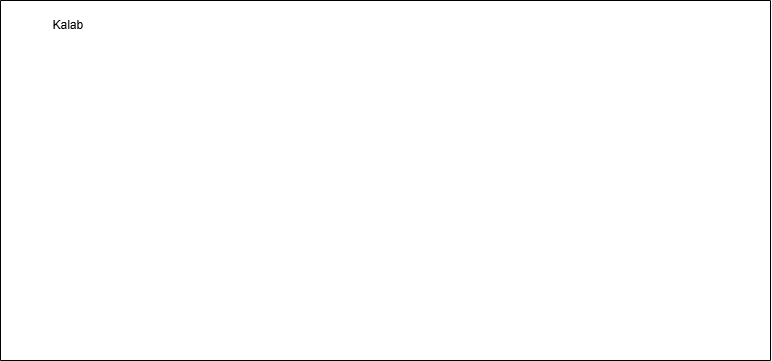
Earlier version of the draw.io export 03-SEQ-HAPUS-BARANG.png (taufikchy/KP). Source tidied: cells renumbered, new cells last; positions are measured from the earlier drawing's top-left corner, leaving out a move shared by most shapes. Its diagram source:
```xml
<mxGraphModel>
  <root>
    <mxCell id="0" />
    <mxCell id="1" parent="0" />
    <mxCell id="2" style="swimlane;whiteSpace=wrap;html=1;startSize=0;" parent="1" vertex="1">
      <mxGeometry width="770" height="360" as="geometry" />
    </mxCell>
    <mxCell id="3" value="&lt;span style=&quot;color: rgb(0, 0, 0); font-family: Helvetica; font-style: normal; font-variant-ligatures: normal; font-variant-caps: normal; font-weight: 400; letter-spacing: normal; orphans: 2; text-align: center; text-indent: 0px; text-transform: none; widows: 2; word-spacing: 0px; -webkit-text-stroke-width: 0px; white-space: nowrap; text-decoration-thickness: initial; text-decoration-style: initial; text-decoration-color: initial; float: none; display: inline !important;&quot;&gt;&lt;font style=&quot;&quot;&gt;Kalab&lt;/font&gt;&lt;/span&gt;" style="text;whiteSpace=wrap;html=1;" parent="2" vertex="1">
      <mxGeometry x="50" y="10" width="40" height="20" as="geometry" />
    </mxCell>
  </root>
</mxGraphModel>
```
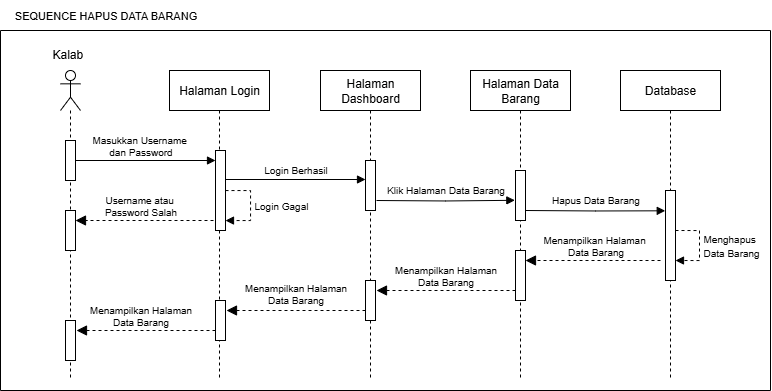
Later version of the same file.

The edit, as a diff of the source:
```diff
@@ -2,11 +2,161 @@
   <root>
     <mxCell id="0" />
     <mxCell id="1" parent="0" />
-    <mxCell id="2" style="swimlane;whiteSpace=wrap;html=1;startSize=0;" parent="1" vertex="1">
-      <mxGeometry width="770" height="360" as="geometry" />
+    <mxCell id="2" style="group;" parent="1" vertex="1">
+      <mxGeometry width="770" height="390" as="geometry" />
     </mxCell>
-    <mxCell id="3" value="&lt;span style=&quot;color: rgb(0, 0, 0); font-family: Helvetica; font-style: normal; font-variant-ligatures: normal; font-variant-caps: normal; font-weight: 400; letter-spacing: normal; orphans: 2; text-align: center; text-indent: 0px; text-transform: none; widows: 2; word-spacing: 0px; -webkit-text-stroke-width: 0px; white-space: nowrap; text-decoration-thickness: initial; text-decoration-style: initial; text-decoration-color: initial; float: none; display: inline !important;&quot;&gt;&lt;font style=&quot;&quot;&gt;Kalab&lt;/font&gt;&lt;/span&gt;" style="text;whiteSpace=wrap;html=1;" parent="2" vertex="1">
-      <mxGeometry x="50" y="10" width="40" height="20" as="geometry" />
+    <mxCell id="3" value="SEQUENCE HAPUS DATA BARANG" style="text;html=1;align=center;verticalAlign=middle;strokeColor=none;fillColor=none;fontFamily=Helvetica;fontSize=11;fontColor=default;labelBackgroundColor=default;" parent="2" vertex="1">
+      <mxGeometry width="210" height="30" as="geometry" />
     </mxCell>
+    <mxCell id="4" style="group;" parent="2" vertex="1">
+      <mxGeometry y="30" width="770" height="360" as="geometry" />
+    </mxCell>
+    <mxCell id="5" value="Halaman Login" style="shape=umlLifeline;perimeter=lifelinePerimeter;whiteSpace=wrap;html=1;newEdgeStyle={&quot;curved&quot;:0,&quot;rounded&quot;:0};" parent="4" vertex="1">
+      <mxGeometry x="169" y="40" width="100" height="310" as="geometry" />
+    </mxCell>
+    <mxCell id="6" style="shape=umlLifeline;perimeter=lifelinePerimeter;whiteSpace=wrap;html=1;newEdgeStyle={&quot;curved&quot;:0,&quot;rounded&quot;:0};participant=umlActor;" parent="4" vertex="1">
+      <mxGeometry x="60" y="40" width="20" height="310" as="geometry" />
+    </mxCell>
+    <mxCell id="7" value="Halaman Dashboard" style="shape=umlLifeline;perimeter=lifelinePerimeter;whiteSpace=wrap;html=1;newEdgeStyle={&quot;curved&quot;:0,&quot;rounded&quot;:0};" parent="4" vertex="1">
+      <mxGeometry x="320" y="40" width="100" height="310" as="geometry" />
+    </mxCell>
+    <mxCell id="8" style="html=1;verticalAlign=bottom;endArrow=block;curved=0;rounded=0;align=left;" parent="4" edge="1" source="26" target="41">
+      <mxGeometry x="0.21" y="20" relative="1" as="geometry" />
+    </mxCell>
+    <mxCell id="9" style="swimlane;whiteSpace=wrap;html=1;startSize=0;" parent="4" vertex="1">
+      <mxGeometry width="770" height="360" as="geometry" />
+    </mxCell>
+    <mxCell id="10" value="&lt;span style=&quot;color: rgb(0, 0, 0); font-family: Helvetica; font-style: normal; font-variant-ligatures: normal; font-variant-caps: normal; font-weight: 400; letter-spacing: normal; orphans: 2; text-align: center; text-indent: 0px; text-transform: none; widows: 2; word-spacing: 0px; -webkit-text-stroke-width: 0px; white-space: nowrap; text-decoration-thickness: initial; text-decoration-style: initial; text-decoration-color: initial; float: none; display: inline !important;&quot;&gt;&lt;font style=&quot;&quot;&gt;Kalab&lt;/font&gt;&lt;/span&gt;" style="text;whiteSpace=wrap;html=1;" parent="9" vertex="1">
+      <mxGeometry x="50" y="10" width="40" height="20" as="geometry" />
+    </mxCell>
+    <mxCell id="11" value="&lt;font style=&quot;font-size: 10px;&quot;&gt;Login Gagal&lt;/font&gt;" style="html=1;align=left;spacingLeft=2;endArrow=block;rounded=0;edgeStyle=orthogonalEdgeStyle;curved=0;rounded=0;dashed=1;" parent="4" edge="1" source="41" target="41">
+      <mxGeometry relative="1" as="geometry">
+        <Array as="points">
+          <mxPoint x="250" y="160" />
+          <mxPoint x="250" y="190" />
+        </Array>
+      </mxGeometry>
+    </mxCell>
+    <mxCell id="12" style="edgeStyle=orthogonalEdgeStyle;shape=connector;curved=0;rounded=0;orthogonalLoop=1;jettySize=auto;html=1;exitX=1;exitY=0;exitDx=0;exitDy=5;exitPerimeter=0;entryX=0;entryY=0;entryDx=0;entryDy=5;entryPerimeter=0;strokeColor=default;align=center;verticalAlign=middle;fontFamily=Helvetica;fontSize=11;fontColor=default;labelBackgroundColor=default;endArrow=block;endFill=1;" parent="4" edge="1">
+      <mxGeometry relative="1" as="geometry">
+        <mxPoint x="225" y="139" as="sourcePoint" />
+        <mxPoint x="365" y="149" as="targetPoint" />
+        <Array as="points">
+          <mxPoint x="225" y="149" />
+        </Array>
+      </mxGeometry>
+    </mxCell>
+    <mxCell id="13" style="html=1;perimeter=orthogonalPerimeter;targetShapes=umlLifeline;newEdgeStyle={&quot;curved&quot;:0,&quot;rounded&quot;:0};" parent="4" vertex="1">
+      <mxGeometry x="365" y="130" width="10" height="50" as="geometry" />
+    </mxCell>
+    <mxCell id="14" style="html=1;verticalAlign=bottom;endArrow=block;dashed=1;endSize=8;curved=0;rounded=0;endFill=1;" parent="4" edge="1" target="25">
+      <mxGeometry relative="1" as="geometry">
+        <mxPoint x="219" y="190" as="sourcePoint" />
+      </mxGeometry>
+    </mxCell>
+    <mxCell id="15" value="Halaman Data Barang" style="shape=umlLifeline;perimeter=lifelinePerimeter;whiteSpace=wrap;html=1;newEdgeStyle={&quot;curved&quot;:0,&quot;rounded&quot;:0};" parent="4" vertex="1">
+      <mxGeometry x="470" y="40" width="100" height="310" as="geometry" />
+    </mxCell>
+    <mxCell id="16" style="edgeStyle=orthogonalEdgeStyle;shape=connector;curved=0;rounded=0;orthogonalLoop=1;jettySize=auto;html=1;exitX=1;exitY=1;exitDx=0;exitDy=-5;exitPerimeter=0;entryX=-0.067;entryY=0.596;entryDx=0;entryDy=0;entryPerimeter=0;strokeColor=default;align=center;verticalAlign=middle;fontFamily=Helvetica;fontSize=11;fontColor=default;labelBackgroundColor=default;endArrow=block;endFill=1;" parent="4" edge="1">
+      <mxGeometry relative="1" as="geometry">
+        <mxPoint x="376" y="170" as="sourcePoint" />
+        <mxPoint x="514.3" y="169.8" as="targetPoint" />
+      </mxGeometry>
+    </mxCell>
+    <mxCell id="17" style="edgeStyle=orthogonalEdgeStyle;shape=connector;curved=0;rounded=0;orthogonalLoop=1;jettySize=auto;html=1;exitX=1;exitY=1;exitDx=0;exitDy=-5;exitPerimeter=0;entryX=-0.026;entryY=0.706;entryDx=0;entryDy=0;entryPerimeter=0;strokeColor=default;align=center;verticalAlign=middle;fontFamily=Helvetica;fontSize=11;fontColor=default;labelBackgroundColor=default;endArrow=block;endFill=1;" parent="4" edge="1">
+      <mxGeometry relative="1" as="geometry">
+        <mxPoint x="525" y="180" as="sourcePoint" />
+        <mxPoint x="664.7" y="180.3" as="targetPoint" />
+      </mxGeometry>
+    </mxCell>
+    <mxCell id="18" style="html=1;verticalAlign=bottom;endArrow=block;dashed=1;endSize=8;curved=0;rounded=0;endFill=1;" parent="4" edge="1" target="28">
+      <mxGeometry relative="1" as="geometry">
+        <mxPoint x="660" y="230" as="sourcePoint" />
+      </mxGeometry>
+    </mxCell>
+    <mxCell id="19" style="html=1;verticalAlign=bottom;endArrow=block;dashed=1;endSize=8;curved=0;rounded=0;endFill=1;" parent="4" edge="1" source="28">
+      <mxGeometry relative="1" as="geometry">
+        <mxPoint x="376" y="260" as="targetPoint" />
+      </mxGeometry>
+    </mxCell>
+    <mxCell id="20" style="html=1;perimeter=orthogonalPerimeter;targetShapes=umlLifeline;newEdgeStyle={&quot;curved&quot;:0,&quot;rounded&quot;:0};" parent="4" vertex="1">
+      <mxGeometry x="365" y="250" width="10" height="40" as="geometry" />
+    </mxCell>
+    <mxCell id="21" style="html=1;perimeter=orthogonalPerimeter;targetShapes=umlLifeline;newEdgeStyle={&quot;curved&quot;:0,&quot;rounded&quot;:0};" parent="4" vertex="1">
+      <mxGeometry x="215" y="270" width="10" height="40" as="geometry" />
+    </mxCell>
+    <mxCell id="22" style="html=1;verticalAlign=bottom;endArrow=block;dashed=1;endSize=8;curved=0;rounded=0;endFill=1;" parent="4" edge="1">
+      <mxGeometry relative="1" as="geometry">
+        <mxPoint x="365" y="280" as="sourcePoint" />
+        <mxPoint x="226" y="280" as="targetPoint" />
+      </mxGeometry>
+    </mxCell>
+    <mxCell id="23" style="html=1;perimeter=orthogonalPerimeter;targetShapes=umlLifeline;newEdgeStyle={&quot;curved&quot;:0,&quot;rounded&quot;:0};" parent="4" vertex="1">
+      <mxGeometry x="65" y="290" width="10" height="40" as="geometry" />
+    </mxCell>
+    <mxCell id="24" style="html=1;verticalAlign=bottom;endArrow=block;dashed=1;endSize=8;curved=0;rounded=0;endFill=1;" parent="4" edge="1">
+      <mxGeometry relative="1" as="geometry">
+        <mxPoint x="215" y="300" as="sourcePoint" />
+        <mxPoint x="76" y="300" as="targetPoint" />
+      </mxGeometry>
+    </mxCell>
+    <mxCell id="25" style="html=1;points=[[0,0,0,0,5],[0,1,0,0,-5],[1,0,0,0,5],[1,1,0,0,-5]];perimeter=orthogonalPerimeter;outlineConnect=0;targetShapes=umlLifeline;portConstraint=eastwest;newEdgeStyle={&quot;curved&quot;:0,&quot;rounded&quot;:0};" parent="4" vertex="1">
+      <mxGeometry x="65" y="180" width="10" height="40" as="geometry" />
+    </mxCell>
+    <mxCell id="26" style="html=1;points=[[0,0,0,0,5],[0,1,0,0,-5],[1,0,0,0,5],[1,1,0,0,-5]];perimeter=orthogonalPerimeter;outlineConnect=0;targetShapes=umlLifeline;portConstraint=eastwest;newEdgeStyle={&quot;curved&quot;:0,&quot;rounded&quot;:0};" parent="4" vertex="1">
+      <mxGeometry x="65" y="110" width="10" height="40" as="geometry" />
+    </mxCell>
+    <mxCell id="27" style="html=1;perimeter=orthogonalPerimeter;targetShapes=umlLifeline;newEdgeStyle={&quot;curved&quot;:0,&quot;rounded&quot;:0};" parent="4" vertex="1">
+      <mxGeometry x="515" y="140" width="10" height="50" as="geometry" />
+    </mxCell>
+    <mxCell id="28" style="html=1;points=[[0,0,0,0,5],[0,1,0,0,-5],[1,0,0,0,5],[1,1,0,0,-5]];perimeter=orthogonalPerimeter;outlineConnect=0;targetShapes=umlLifeline;portConstraint=eastwest;newEdgeStyle={&quot;curved&quot;:0,&quot;rounded&quot;:0};" parent="4" vertex="1">
+      <mxGeometry x="515" y="220" width="10" height="50" as="geometry" />
+    </mxCell>
+    <mxCell id="29" value="&lt;span&gt;Masukkan Username&amp;nbsp;&lt;/span&gt;&lt;div&gt;&lt;span&gt;dan Password&lt;/span&gt;&lt;/div&gt;" style="text;html=1;align=center;verticalAlign=middle;strokeColor=none;fillColor=none;fontFamily=Helvetica;fontSize=10;fontColor=default;labelBackgroundColor=none;" parent="4" vertex="1">
+      <mxGeometry x="80" y="95" width="120" height="40" as="geometry" />
+    </mxCell>
+    <mxCell id="30" value="Login Berhasil" style="text;html=1;align=center;verticalAlign=middle;strokeColor=none;fillColor=none;fontFamily=Helvetica;fontSize=10;fontColor=default;labelBackgroundColor=none;" parent="4" vertex="1">
+      <mxGeometry x="250" y="124" width="90" height="30" as="geometry" />
+    </mxCell>
+    <mxCell id="31" value="Username atau&amp;nbsp;&lt;div&gt;Password&amp;nbsp;&lt;span style=&quot;background-color: transparent; color: light-dark(rgb(0, 0, 0), rgb(255, 255, 255));&quot;&gt;Salah&lt;/span&gt;&lt;/div&gt;" style="text;html=1;align=center;verticalAlign=middle;strokeColor=none;fillColor=none;fontFamily=Helvetica;fontSize=10;fontColor=default;labelBackgroundColor=none;" parent="4" vertex="1">
+      <mxGeometry x="90" y="155" width="100" height="40" as="geometry" />
+    </mxCell>
+    <mxCell id="32" value="Klik Halaman Data Barang" style="text;html=1;align=center;verticalAlign=middle;strokeColor=none;fillColor=none;fontFamily=Helvetica;fontSize=10;fontColor=default;labelBackgroundColor=none;" parent="4" vertex="1">
+      <mxGeometry x="375" y="144" width="140" height="30" as="geometry" />
+    </mxCell>
+    <mxCell id="33" value="Hapus Data Barang" style="text;html=1;align=center;verticalAlign=middle;strokeColor=none;fillColor=none;fontFamily=Helvetica;fontSize=10;fontColor=default;labelBackgroundColor=none;" parent="4" vertex="1">
+      <mxGeometry x="540" y="154" width="110" height="30" as="geometry" />
+    </mxCell>
+    <mxCell id="34" value="Menampilkan Halaman&amp;nbsp;&lt;div&gt;Data Barang&lt;/div&gt;" style="text;html=1;align=center;verticalAlign=middle;strokeColor=none;fillColor=none;fontFamily=Helvetica;fontSize=10;fontColor=default;labelBackgroundColor=none;" parent="4" vertex="1">
+      <mxGeometry x="530" y="195" width="130" height="40" as="geometry" />
+    </mxCell>
+    <mxCell id="35" value="Menampilkan Halaman&lt;div&gt;Data Barang&lt;/div&gt;" style="text;html=1;align=center;verticalAlign=middle;strokeColor=none;fillColor=none;fontFamily=Helvetica;fontSize=10;fontColor=default;labelBackgroundColor=none;" parent="4" vertex="1">
+      <mxGeometry x="380" y="225" width="130" height="40" as="geometry" />
+    </mxCell>
+    <mxCell id="36" value="Menampilkan Halaman&lt;div&gt;Data Barang&lt;/div&gt;" style="text;html=1;align=center;verticalAlign=middle;strokeColor=none;fillColor=none;fontFamily=Helvetica;fontSize=10;fontColor=default;labelBackgroundColor=none;" parent="4" vertex="1">
+      <mxGeometry x="230" y="243" width="130" height="40" as="geometry" />
+    </mxCell>
+    <mxCell id="37" value="Menampilkan Halaman&lt;div&gt;Data Barang&lt;/div&gt;" style="text;html=1;align=center;verticalAlign=middle;strokeColor=none;fillColor=none;fontFamily=Helvetica;fontSize=10;fontColor=default;labelBackgroundColor=none;" parent="4" vertex="1">
+      <mxGeometry x="75" y="265" width="130" height="40" as="geometry" />
+    </mxCell>
+    <mxCell id="38" value="Database" style="shape=umlLifeline;perimeter=lifelinePerimeter;whiteSpace=wrap;html=1;newEdgeStyle={&quot;curved&quot;:0,&quot;rounded&quot;:0};" parent="4" vertex="1">
+      <mxGeometry x="620" y="40" width="100" height="310" as="geometry" />
+    </mxCell>
+    <mxCell id="39" style="html=1;perimeter=orthogonalPerimeter;targetShapes=umlLifeline;newEdgeStyle={&quot;curved&quot;:0,&quot;rounded&quot;:0};" parent="4" vertex="1">
+      <mxGeometry x="665" y="160" width="10" height="90" as="geometry" />
+    </mxCell>
+    <mxCell id="40" value="&lt;div&gt;&lt;span style=&quot;font-size: 10px;&quot;&gt;Menghapus&lt;br&gt;&lt;/span&gt;&lt;div style=&quot;text-align: center;&quot;&gt;&lt;font style=&quot;font-size: 10px;&quot;&gt;Data Barang&lt;/font&gt;&lt;/div&gt;&lt;/div&gt;" style="html=1;align=left;spacingLeft=2;endArrow=block;rounded=0;edgeStyle=orthogonalEdgeStyle;curved=0;rounded=0;dashed=1;" parent="4" edge="1">
+      <mxGeometry relative="1" as="geometry">
+        <mxPoint x="675" y="200" as="sourcePoint" />
+        <mxPoint x="675" y="230" as="targetPoint" />
+        <Array as="points">
+          <mxPoint x="699" y="200" />
+          <mxPoint x="699" y="230" />
+        </Array>
+      </mxGeometry>
+    </mxCell>
+    <mxCell id="41" style="html=1;points=[[0,0,0,0,5],[0,1,0,0,-5],[1,0,0,0,5],[1,1,0,0,-5]];perimeter=orthogonalPerimeter;outlineConnect=0;targetShapes=umlLifeline;portConstraint=eastwest;newEdgeStyle={&quot;curved&quot;:0,&quot;rounded&quot;:0};" parent="4" vertex="1">
+      <mxGeometry x="215" y="120" width="10" height="80" as="geometry" />
+    </mxCell>
   </root>
 </mxGraphModel>
```
